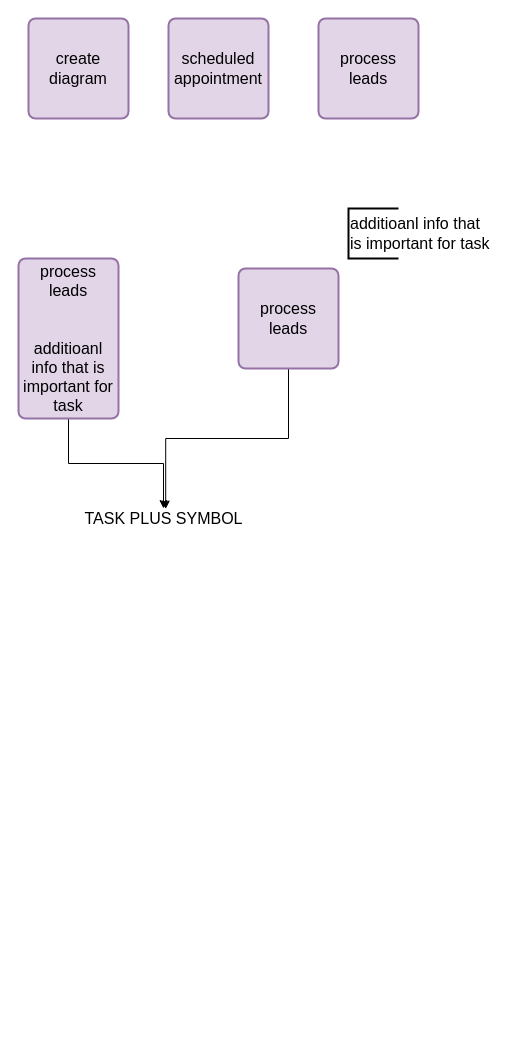
This is page "task plus symbol" (12 of 12) of Udemy_Diagram_1.drawio from lil971/FirstRepository, a draw.io file, before an edit. Source tidied: cells renumbered, new cells numbered last; positions are measured from the earlier drawing's top-left corner, leaving out a move shared by most shapes. Both pictures are drawn from the tidied source at 100%, with x=0, y=0 at pixel (18, 18).
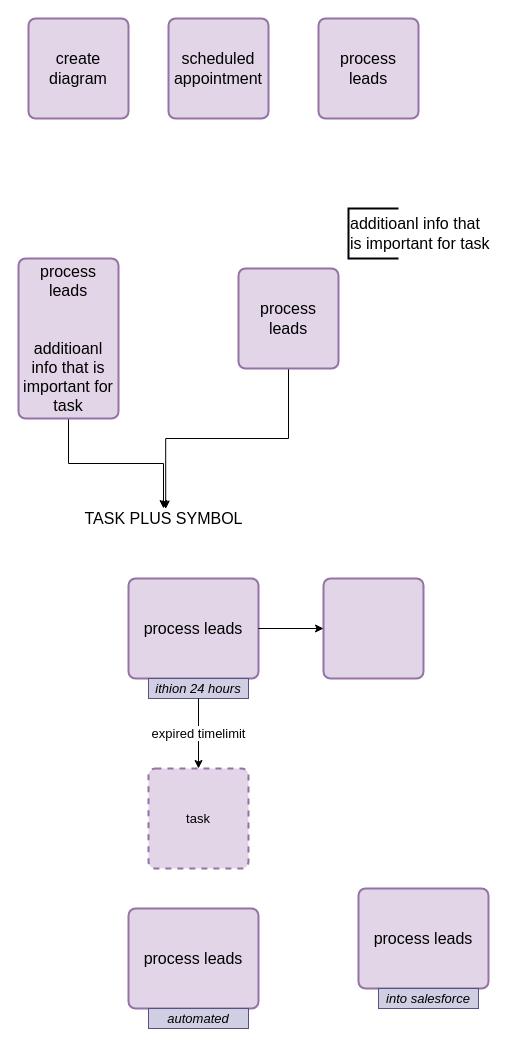
The same page after the edit.

Change to the diagram source:
```diff
@@
+    <mxCell id="11" style="group;" parent="1" vertex="1">
+      <mxGeometry x="110" y="560" width="130" height="120" as="geometry" />
+    </mxCell>
+    <mxCell id="12" value="process leads" style="rounded=1;whiteSpace=wrap;html=1;absoluteArcSize=1;arcSize=14;strokeWidth=2;fillColor=#e1d5e7;strokeColor=#9673a6;labelBackgroundColor=none;startSize=70;fontSize=16;" parent="11" vertex="1">
+      <mxGeometry width="130" height="100" as="geometry" />
+    </mxCell>
+    <mxCell id="13" value="ithion 24 hours" style="rounded=0;whiteSpace=wrap;html=1;labelBackgroundColor=none;startSize=70;strokeColor=#56517e;fillColor=#d0cee2;fontSize=13;fontStyle=2;" parent="11" vertex="1">
+      <mxGeometry x="20" y="100" width="100" height="20" as="geometry" />
+    </mxCell>
+    <mxCell id="14" value="task" style="rounded=1;whiteSpace=wrap;html=1;absoluteArcSize=1;arcSize=14;strokeWidth=2;fillColor=#e1d5e7;strokeColor=#9673a6;labelBackgroundColor=none;startSize=70;fontSize=13;dashed=1;" parent="1" vertex="1">
+      <mxGeometry x="130" y="750" width="100" height="100" as="geometry" />
+    </mxCell>
+    <mxCell id="15" value="expired timelimit" style="edgeStyle=orthogonalEdgeStyle;rounded=0;jettySize=auto;html=1;startSize=70;fontSize=13;" parent="1" edge="1" source="13" target="14">
+      <mxGeometry relative="1" as="geometry" />
+    </mxCell>
+    <mxCell id="16" style="rounded=1;whiteSpace=wrap;html=1;absoluteArcSize=1;arcSize=14;strokeWidth=2;fillColor=#e1d5e7;strokeColor=#9673a6;labelBackgroundColor=none;startSize=70;fontSize=13;" parent="1" vertex="1">
+      <mxGeometry x="305" y="560" width="100" height="100" as="geometry" />
+    </mxCell>
+    <mxCell id="17" style="edgeStyle=orthogonalEdgeStyle;rounded=0;jettySize=auto;html=1;startSize=70;fontSize=13;" parent="1" edge="1" source="12" target="16">
+      <mxGeometry relative="1" as="geometry" />
+    </mxCell>
+    <mxCell id="18" style="group;" parent="1" vertex="1">
+      <mxGeometry x="110" y="890" width="130" height="120" as="geometry" />
+    </mxCell>
+    <mxCell id="19" value="process leads" style="rounded=1;whiteSpace=wrap;html=1;absoluteArcSize=1;arcSize=14;strokeWidth=2;fillColor=#e1d5e7;strokeColor=#9673a6;labelBackgroundColor=none;startSize=70;fontSize=16;" parent="18" vertex="1">
+      <mxGeometry width="130" height="100" as="geometry" />
+    </mxCell>
+    <mxCell id="20" value="automated" style="rounded=0;whiteSpace=wrap;html=1;labelBackgroundColor=none;startSize=70;strokeColor=#56517e;fillColor=#d0cee2;fontSize=13;fontStyle=2;" parent="18" vertex="1">
+      <mxGeometry x="20" y="100" width="100" height="20" as="geometry" />
+    </mxCell>
+    <mxCell id="21" style="group;" parent="1" vertex="1">
+      <mxGeometry x="340" y="870" width="130" height="120" as="geometry" />
+    </mxCell>
+    <mxCell id="22" value="process leads" style="rounded=1;whiteSpace=wrap;html=1;absoluteArcSize=1;arcSize=14;strokeWidth=2;fillColor=#e1d5e7;strokeColor=#9673a6;labelBackgroundColor=none;startSize=70;fontSize=16;" parent="21" vertex="1">
+      <mxGeometry width="130" height="100" as="geometry" />
+    </mxCell>
+    <mxCell id="23" value="into salesforce" style="rounded=0;whiteSpace=wrap;html=1;labelBackgroundColor=none;startSize=70;strokeColor=#56517e;fillColor=#d0cee2;fontSize=13;fontStyle=2;" parent="21" vertex="1">
+      <mxGeometry x="20" y="100" width="100" height="20" as="geometry" />
+    </mxCell>
```
